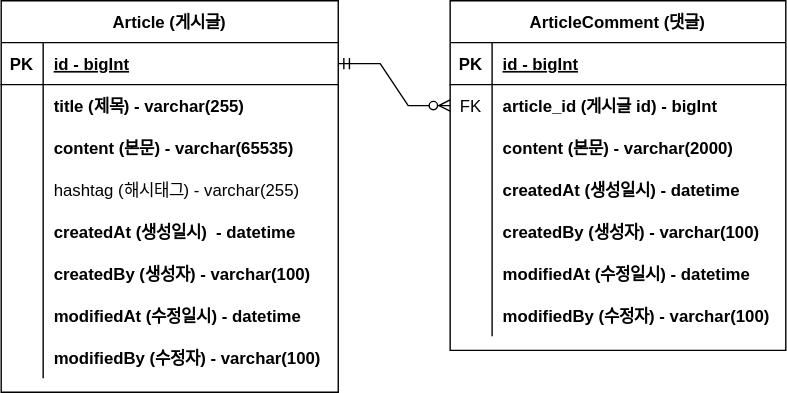
This is document/project-board-erd.svg from cheesecup/project-board, a draw.io export, as it was before one commit. Source tidied: cells renumbered, new cells last; positions are measured from the earlier drawing's top-left corner, leaving out a move shared by most shapes.
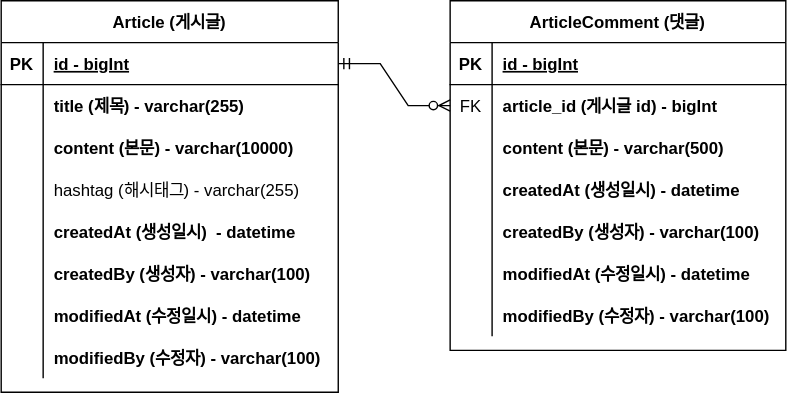
After the change.

Commit message:
#10 - ERD 업데이트: content 사이즈 변경

Diff of the diagram source:
```diff
@@ -29,7 +29,7 @@
     <mxCell id="10" style="shape=partialRectangle;fillColor=none;top=0;left=0;bottom=0;right=0;overflow=hidden;" parent="9" vertex="1">
       <mxGeometry width="30" height="30" as="geometry" />
     </mxCell>
-    <mxCell id="11" value="content (본문) - varchar(65535)" style="shape=partialRectangle;fillColor=none;top=0;left=0;bottom=0;right=0;align=left;spacingLeft=6;overflow=hidden;fontStyle=1;" parent="9" vertex="1">
+    <mxCell id="11" value="content (본문) - varchar(10000)" style="shape=partialRectangle;fillColor=none;top=0;left=0;bottom=0;right=0;align=left;spacingLeft=6;overflow=hidden;fontStyle=1;" parent="9" vertex="1">
       <mxGeometry x="30" width="211" height="30" as="geometry" />
     </mxCell>
     <mxCell id="12" style="shape=tableRow;horizontal=0;startSize=0;swimlaneHead=0;swimlaneBody=0;fillColor=none;top=0;left=0;right=0;bottom=0;" parent="2" vertex="1">
@@ -104,7 +104,7 @@
     <mxCell id="35" style="shape=partialRectangle;fillColor=none;top=0;left=0;bottom=0;right=0;overflow=hidden;" parent="34" vertex="1">
       <mxGeometry width="30" height="30" as="geometry" />
     </mxCell>
-    <mxCell id="36" value="content (본문) - varchar(2000)" style="shape=partialRectangle;fillColor=none;top=0;left=0;bottom=0;right=0;align=left;spacingLeft=6;overflow=hidden;fontStyle=1;" parent="34" vertex="1">
+    <mxCell id="36" value="content (본문) - varchar(500)" style="shape=partialRectangle;fillColor=none;top=0;left=0;bottom=0;right=0;align=left;spacingLeft=6;overflow=hidden;fontStyle=1;" parent="34" vertex="1">
       <mxGeometry x="30" width="210" height="30" as="geometry" />
     </mxCell>
     <mxCell id="37" style="shape=tableRow;horizontal=0;startSize=0;swimlaneHead=0;swimlaneBody=0;fillColor=none;top=0;left=0;right=0;bottom=0;" parent="27" vertex="1">
```
